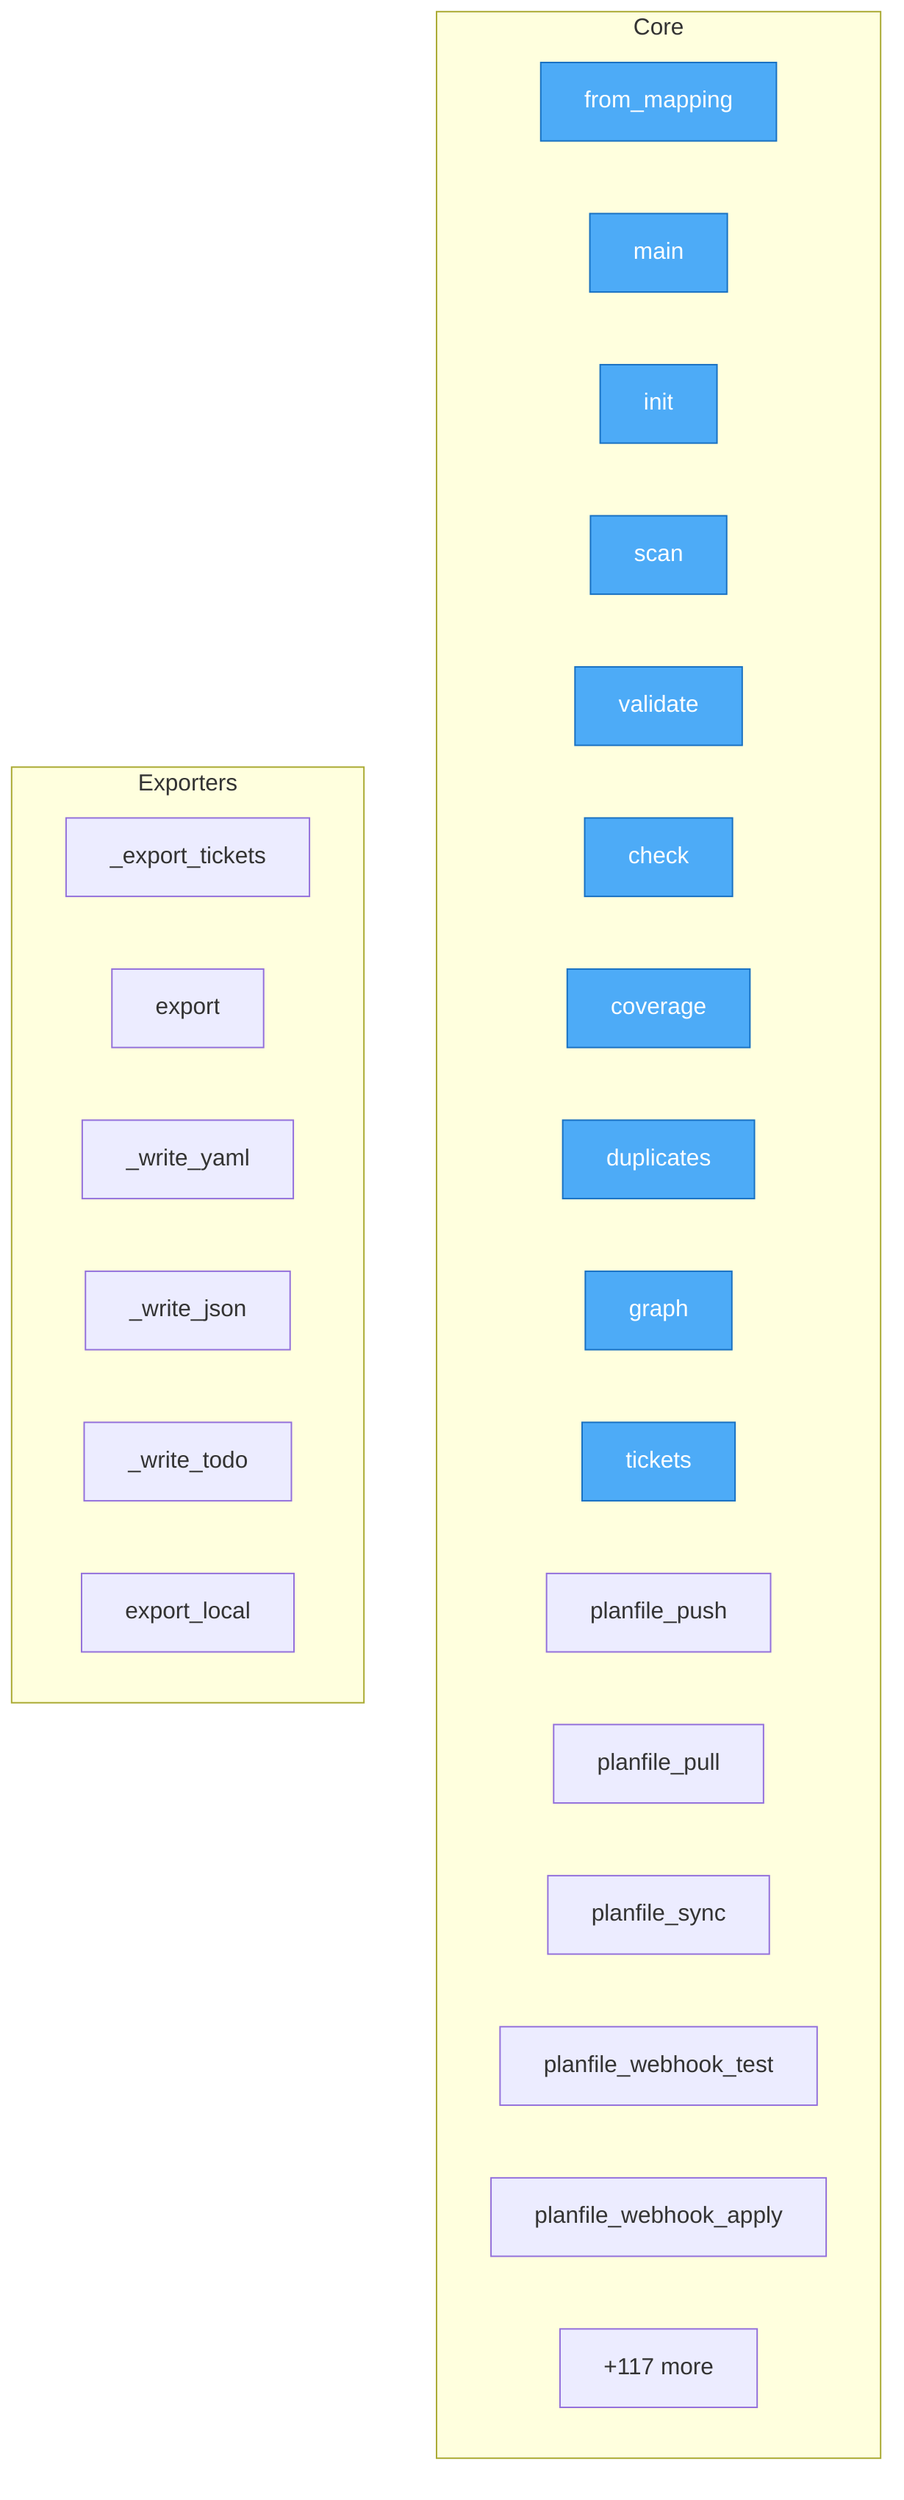
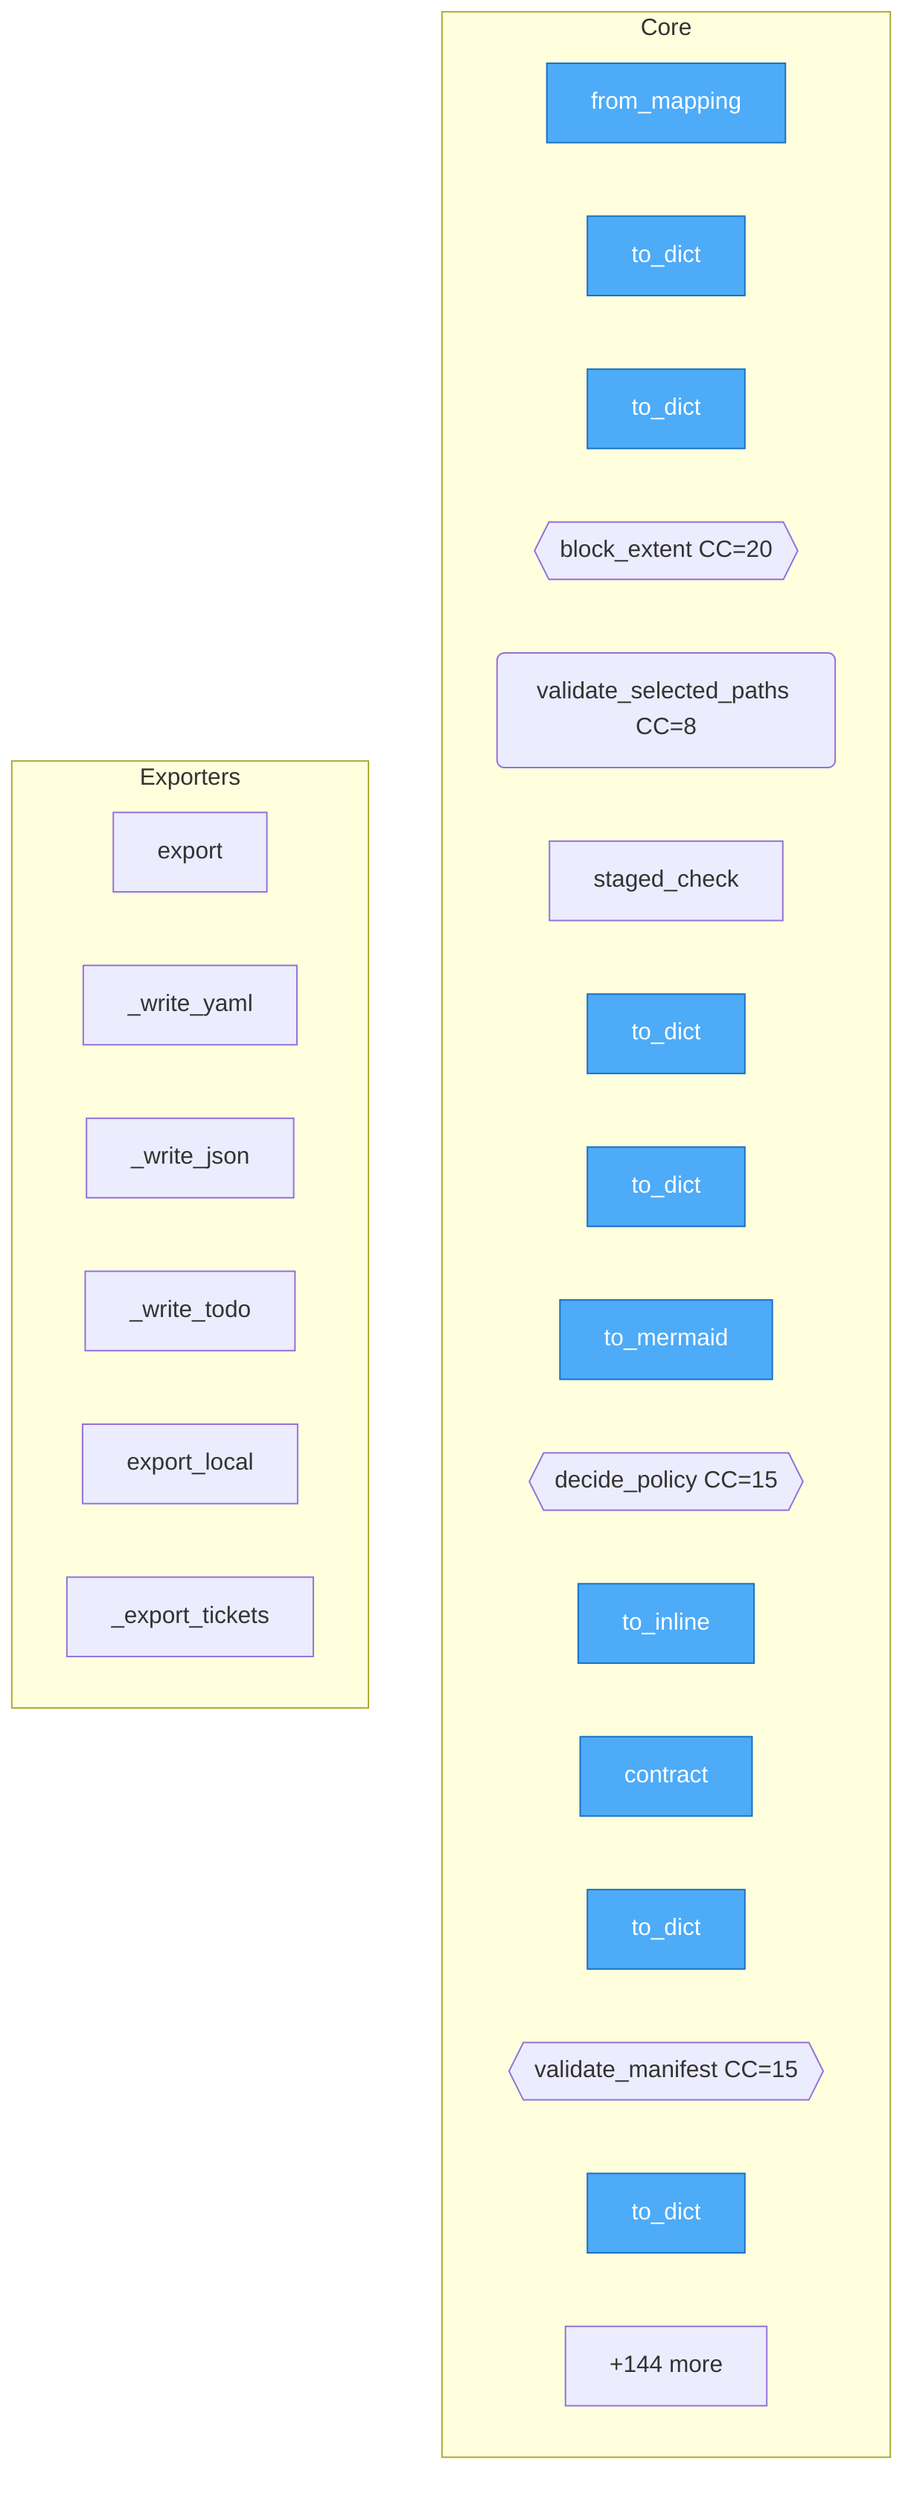
flowchart TD
%% generated in 0.02s

    %% Entry points (blue)
    classDef entry fill:#4dabf7,stroke:#1971c2,color:#fff

    subgraph Core
        src__intract__config__IntractConfig__from_mapping["from_mapping"]
-         src__intract__cli__main["main"]
-         src__intract__cli__init["init"]
-         src__intract__cli__scan["scan"]
-         src__intract__cli__validate["validate"]
-         src__intract__cli__check["check"]
-         src__intract__cli__coverage["coverage"]
-         src__intract__cli__duplicates["duplicates"]
-         src__intract__cli__graph["graph"]
-         src__intract__cli__tickets["tickets"]
-         src__intract__cli__planfile_push["planfile_push"]
-         src__intract__cli__planfile_pull["planfile_pull"]
-         src__intract__cli__planfile_sync["planfile_sync"]
-         src__intract__cli__planfile_webhook_test["planfile_webhook_test"]
-         src__intract__cli__planfile_webhook_apply["planfile_webhook_apply"]
-         ...["+117 more"]
+         src__intract__scan_artifacts__ArtifactScanReport__to_dict["to_dict"]
+         src__intract__check__ChangedHunk__to_dict["to_dict"]
+         src__intract__check__block_extent{{block_extent CC=20}}
+         src__intract__check__validate_selected_paths("validate_selected_paths CC=8")
+         src__intract__check__staged_check["staged_check"]
+         src__intract__coverage__CoverageReport__to_dict["to_dict"]
+         src__intract__graph__ContractGraph__to_dict["to_dict"]
+         src__intract__graph__ContractGraph__to_mermaid["to_mermaid"]
+         src__intract__policy__decide_policy{{decide_policy CC=15}}
+         src__intract__sdk__ContractBuilder__to_inline["to_inline"]
+         src__intract__sdk__contract["contract"]
+         src__intract__manifest_schema__ManifestValidationReport__to_dict["to_dict"]
+         src__intract__manifest_schema__validate_manifest{{validate_manifest CC=15}}
+         src__intract__duplicates__grouping__DuplicateContract__to_dict["to_dict"]
+         ...["+144 more"]
    end

    subgraph Exporters
-         src__intract__cli___export_tickets["_export_tickets"]
        src__intract__integrations__planfile__PlanfileExporter__export["export"]
        src__intract__integrations__planfile__PlanfileExporter___write_yaml["_write_yaml"]
        src__intract__integrations__planfile__PlanfileExporter___write_json["_write_json"]
        src__intract__integrations__planfile__PlanfileExporter___write_todo["_write_todo"]
        src__intract__integrations__planfile_adapter__PlanfileApiAdapter__export_local["export_local"]
+         src__intract__cli___export_tickets["_export_tickets"]
    end

-     class src__intract__config__IntractConfig__from_mapping,src__intract__cli__main,src__intract__cli__init,src__intract__cli__scan,src__intract__cli__validate,src__intract__cli__check,src__intract__cli__coverage,src__intract__cli__duplicates,src__intract__cli__graph,src__intract__cli__tickets entry
+     class src__intract__config__IntractConfig__from_mapping,src__intract__scan_artifacts__ArtifactScanReport__to_dict,src__intract__check__ChangedHunk__to_dict,src__intract__coverage__CoverageReport__to_dict,src__intract__graph__ContractGraph__to_dict,src__intract__graph__ContractGraph__to_mermaid,src__intract__sdk__ContractBuilder__to_inline,src__intract__sdk__contract,src__intract__manifest_schema__ManifestValidationReport__to_dict,src__intract__duplicates__grouping__DuplicateContract__to_dict entry
